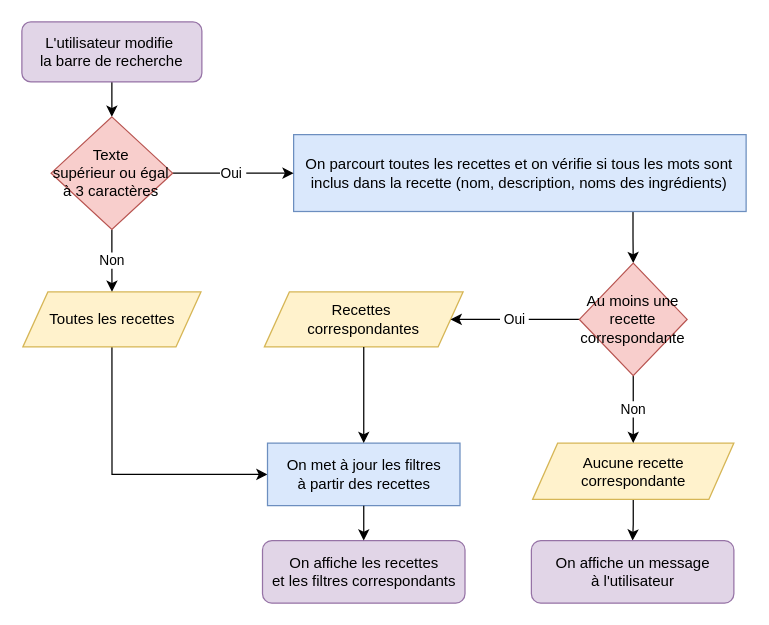
Earlier version of the draw.io diagram docs/Algorigramme-final.drawio (melacod/MelanieKlein_7_09092021). Source tidied: cells renumbered, new cells numbered last; positions are measured from the earlier drawing's top-left corner, leaving out a move shared by most shapes. Both pictures are drawn from the tidied source at 125%, with x=0, y=0 at pixel (21, 21).
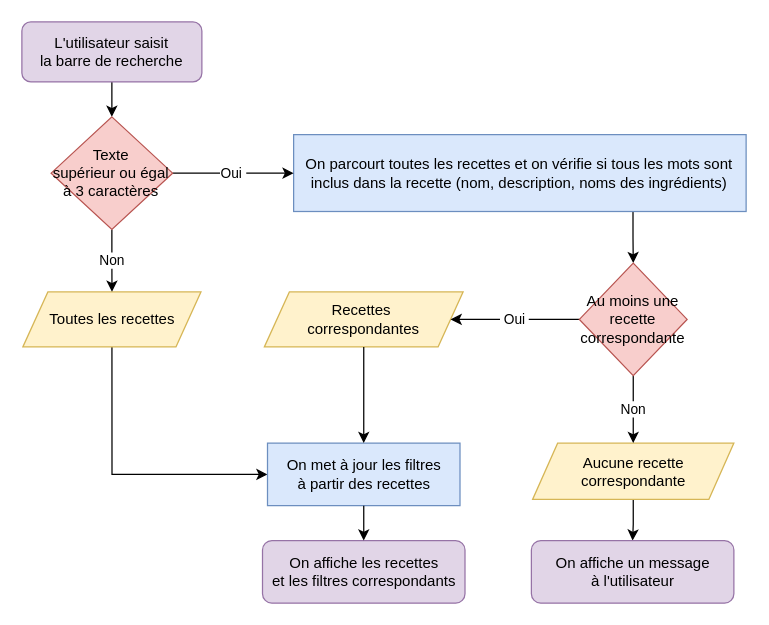
Above is the later version.

The edit, as a diff of the source:
```diff
@@
-    <mxCell id="3" value="&lt;span&gt;L'utilisateur modifie&amp;nbsp;&lt;br&gt;la barre de recherche&lt;br&gt;&lt;/span&gt;" style="rounded=1;whiteSpace=wrap;html=1;fillColor=#e1d5e7;strokeColor=#9673a6;" parent="1" vertex="1">
+    <mxCell id="3" value="&lt;span&gt;L'utilisateur saisit&lt;br&gt;la barre de recherche&lt;br&gt;&lt;/span&gt;" style="rounded=1;whiteSpace=wrap;html=1;fillColor=#e1d5e7;strokeColor=#9673a6;" parent="1" vertex="1">
       <mxGeometry width="144" height="48" as="geometry" />
     </mxCell>
```
